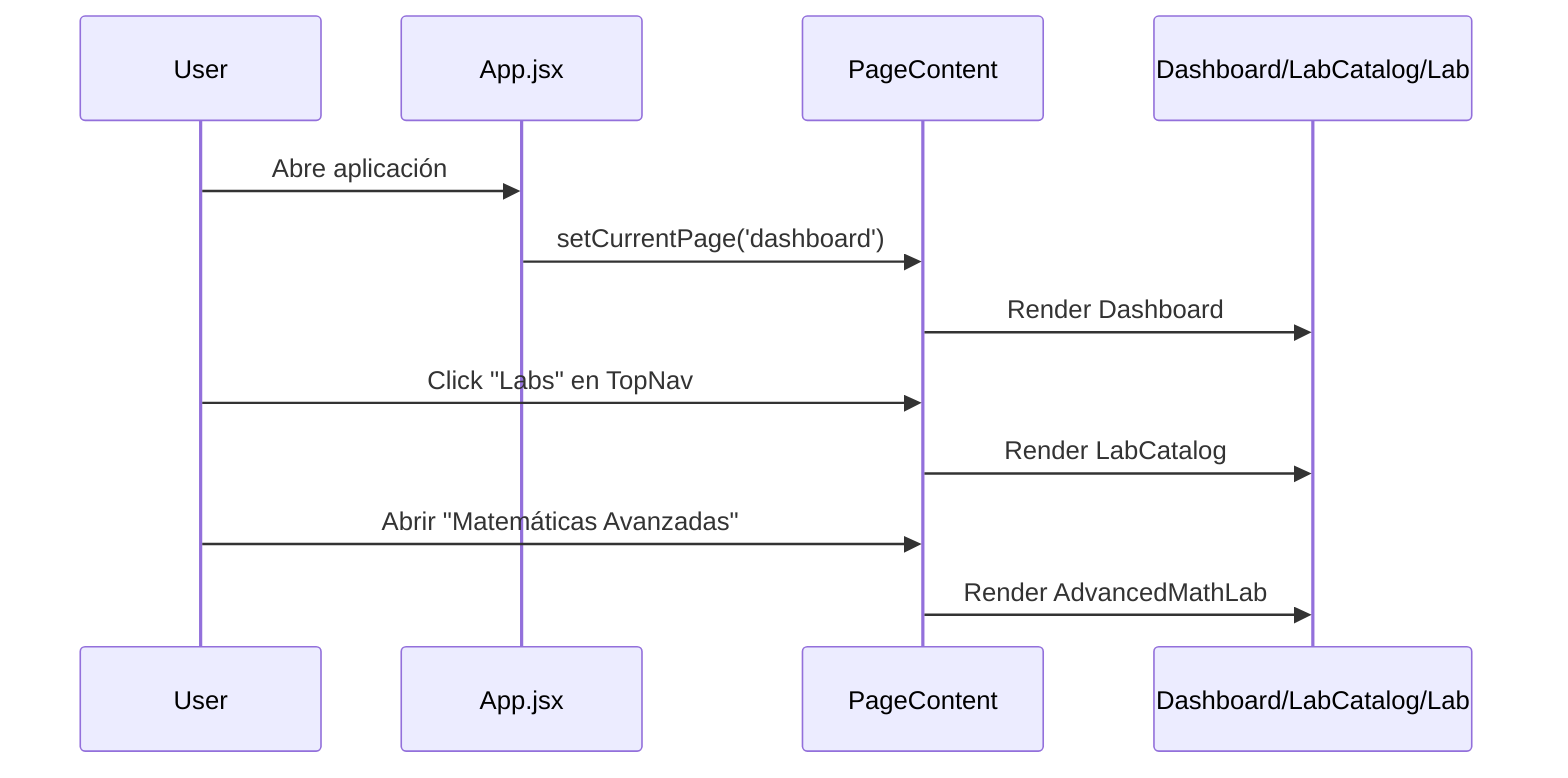
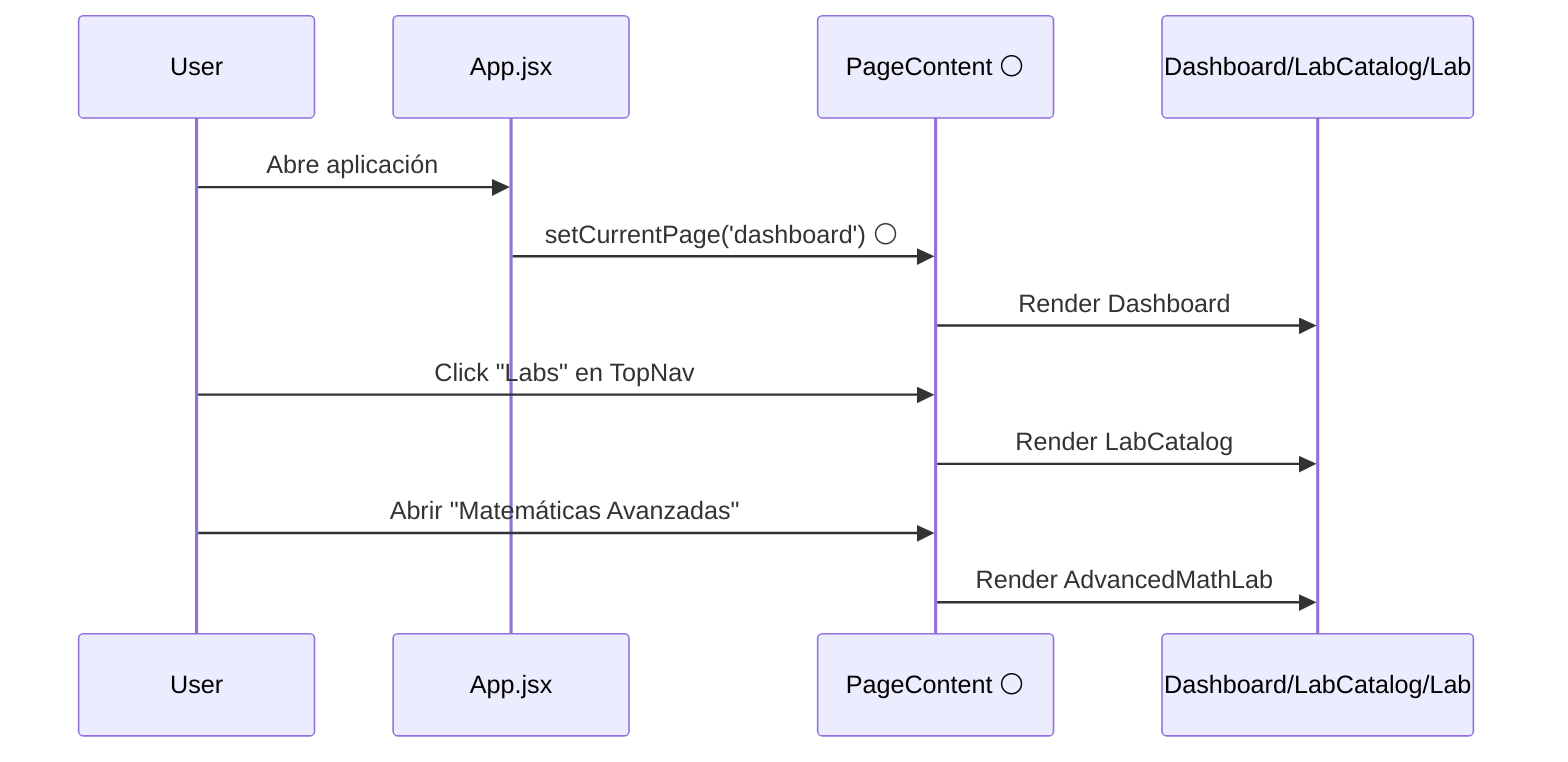
+ %% ⚪ DIAGRAMA SUPERADO — la navegación real usa react-router-dom
+ %% (useNavigate + <Routes>), no setCurrentPage(). Los elementos marcados
+ %% con ⚪ abajo (participante "PageContent", mensaje "setCurrentPage")
+ %% no reflejan el App.jsx real. Ver App.jsx.
+ 
sequenceDiagram
  participant User
  participant App as App.jsx
-   participant Router as PageContent
+   participant Router as PageContent ⚪
  participant Page as Dashboard/LabCatalog/Lab

  User->>App: Abre aplicación
-   App->>Router: setCurrentPage('dashboard')
+   App->>Router: setCurrentPage('dashboard') ⚪
  Router->>Page: Render Dashboard
  User->>Router: Click "Labs" en TopNav
  Router->>Page: Render LabCatalog
  User->>Router: Abrir "Matemáticas Avanzadas"
  Router->>Page: Render AdvancedMathLab